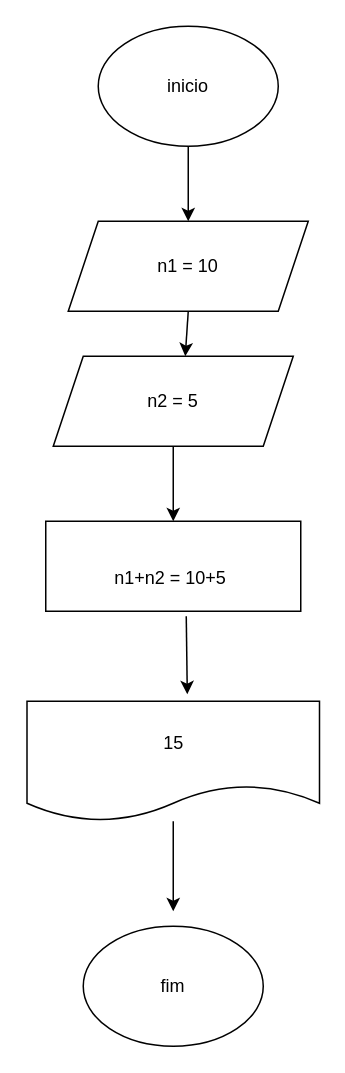
Before: Untitled Diagram.drawio in christiandeabreuu/catalisa, a draw.io diagram. Source tidied: cells renumbered, new cells numbered last; positions are measured from the earlier drawing's top-left corner, leaving out a move shared by most shapes. Both pictures are drawn from the tidied source at 150%, with x=0, y=0 at pixel (26, 26).
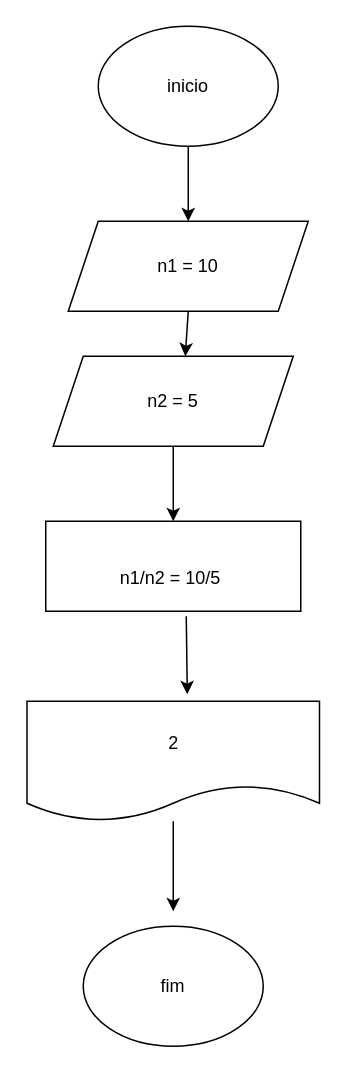
The same page after the edit.

The edit, as a diff of the source:
```diff
@@
 <mxGraphModel>
   <root>
     <mxCell id="0" />
     <mxCell id="1" parent="0" />
     <mxCell id="2" value="inicio" style="ellipse;whiteSpace=wrap;html=1;" parent="1" vertex="1">
       <mxGeometry x="48" width="120" height="80" as="geometry" />
     </mxCell>
     <mxCell id="3" value="n1 = 10" style="shape=parallelogram;perimeter=parallelogramPerimeter;whiteSpace=wrap;html=1;fixedSize=1;" parent="1" vertex="1">
       <mxGeometry x="28" y="130" width="160" height="60" as="geometry" />
     </mxCell>
     <mxCell id="4" value="n2 = 5" style="shape=parallelogram;perimeter=parallelogramPerimeter;whiteSpace=wrap;html=1;fixedSize=1;" parent="1" vertex="1">
       <mxGeometry x="18" y="220" width="160" height="60" as="geometry" />
     </mxCell>
-    <mxCell id="5" value="&lt;br&gt;n1+n2 = 10+5&amp;nbsp;" style="rounded=0;whiteSpace=wrap;html=1;" parent="1" vertex="1">
+    <mxCell id="5" value="&lt;br&gt;n1/n2 = 10/5&amp;nbsp;" style="rounded=0;whiteSpace=wrap;html=1;" parent="1" vertex="1">
       <mxGeometry x="13" y="330" width="170" height="60" as="geometry" />
     </mxCell>
-    <mxCell id="6" value="15" style="shape=document;whiteSpace=wrap;html=1;boundedLbl=1;" parent="1" vertex="1">
+    <mxCell id="6" value="2" style="shape=document;whiteSpace=wrap;html=1;boundedLbl=1;" parent="1" vertex="1">
       <mxGeometry x="0.5" y="450" width="195" height="80" as="geometry" />
     </mxCell>
     <mxCell id="7" value="fim" style="ellipse;whiteSpace=wrap;html=1;" parent="1" vertex="1">
       <mxGeometry x="38" y="600" width="120" height="80" as="geometry" />
     </mxCell>
     <mxCell id="8" style="endArrow=classic;html=1;rounded=0;" parent="1" edge="1" source="6">
       <mxGeometry relative="1" as="geometry">
         <mxPoint x="98" y="590" as="targetPoint" />
       </mxGeometry>
     </mxCell>
     <mxCell id="9" style="endArrow=classic;html=1;rounded=0;exitX=0.551;exitY=1.056;exitDx=0;exitDy=0;exitPerimeter=0;entryX=0.548;entryY=-0.058;entryDx=0;entryDy=0;entryPerimeter=0;" parent="1" edge="1" source="5" target="6">
       <mxGeometry relative="1" as="geometry" />
     </mxCell>
     <mxCell id="10" style="endArrow=classic;html=1;rounded=0;exitX=0.5;exitY=1;exitDx=0;exitDy=0;entryX=0.5;entryY=0;entryDx=0;entryDy=0;" parent="1" edge="1" source="4" target="5">
       <mxGeometry relative="1" as="geometry" />
     </mxCell>
     <mxCell id="11" style="endArrow=classic;html=1;rounded=0;exitX=0.5;exitY=1;exitDx=0;exitDy=0;entryX=0.5;entryY=0;entryDx=0;entryDy=0;" parent="1" edge="1" source="2" target="3">
       <mxGeometry relative="1" as="geometry" />
     </mxCell>
     <mxCell id="12" style="endArrow=classic;html=1;rounded=0;exitX=0.5;exitY=1;exitDx=0;exitDy=0;entryX=0.55;entryY=0;entryDx=0;entryDy=0;entryPerimeter=0;" parent="1" edge="1" source="3" target="4">
       <mxGeometry relative="1" as="geometry" />
     </mxCell>
   </root>
 </mxGraphModel>
```
